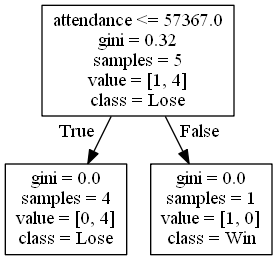
alexana-steck/CSE482Project keeps this Graphviz diagram as DecisionTrees/Pac-12decision_tree_no_score7.png. Above is the earlier version. Its source is kept beside it as DecisionTrees/Pac-12decision_tree_no_score7.dot. Source of this version:
```dot
digraph Tree {
node [shape=box] ;
0 [label="attendance <= 57367.0\ngini = 0.32\nsamples = 5\nvalue = [1, 4]\nclass = Lose"] ;
1 [label="gini = 0.0\nsamples = 4\nvalue = [0, 4]\nclass = Lose"] ;
0 -> 1 [labeldistance=2.5, labelangle=45, headlabel="True"] ;
2 [label="gini = 0.0\nsamples = 1\nvalue = [1, 0]\nclass = Win"] ;
0 -> 2 [labeldistance=2.5, labelangle=-45, headlabel="False"] ;
}
```
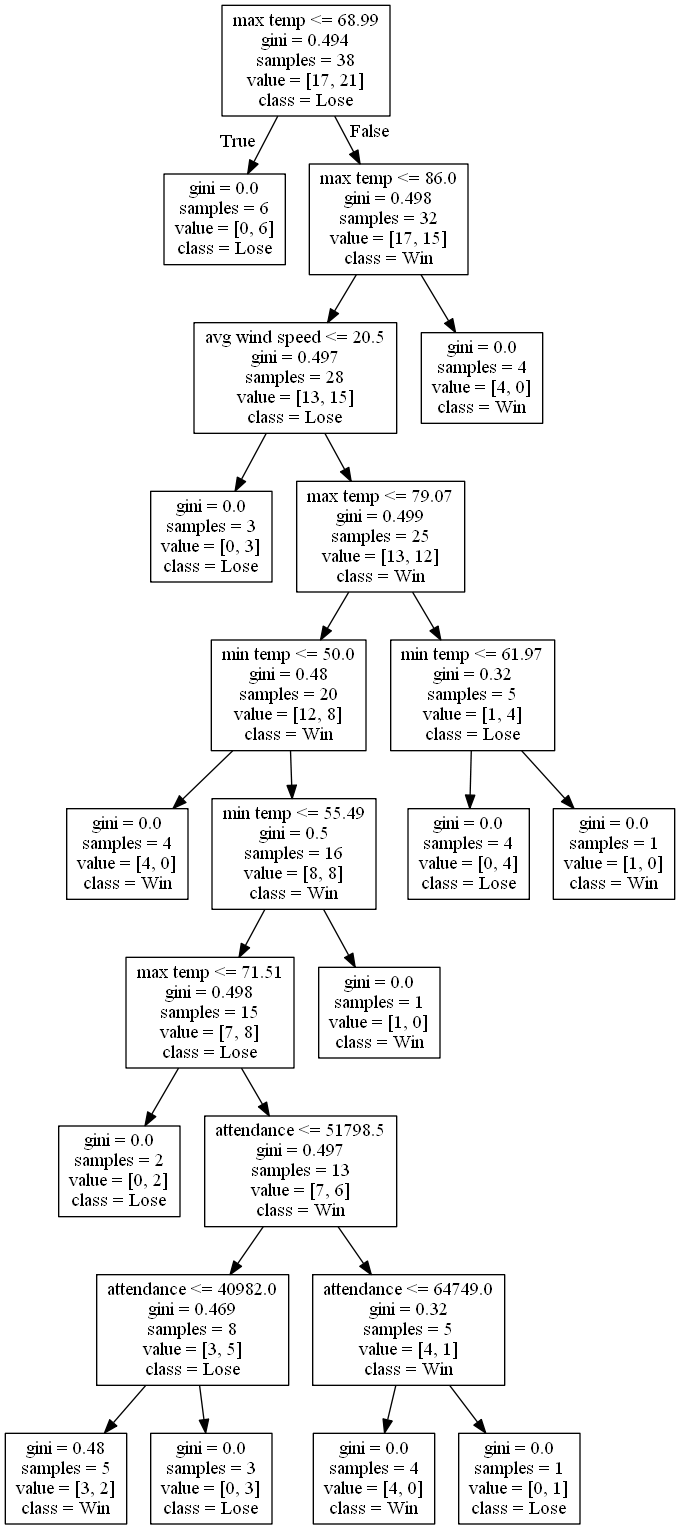
Later version of the same file.

What changed in the source:
```diff
@@ -1,8 +1,48 @@
 digraph Tree {
 node [shape=box] ;
-0 [label="attendance <= 57367.0\ngini = 0.32\nsamples = 5\nvalue = [1, 4]\nclass = Lose"] ;
-1 [label="gini = 0.0\nsamples = 4\nvalue = [0, 4]\nclass = Lose"] ;
+0 [label="max temp <= 68.99\ngini = 0.494\nsamples = 38\nvalue = [17, 21]\nclass = Lose"] ;
+1 [label="gini = 0.0\nsamples = 6\nvalue = [0, 6]\nclass = Lose"] ;
 0 -> 1 [labeldistance=2.5, labelangle=45, headlabel="True"] ;
-2 [label="gini = 0.0\nsamples = 1\nvalue = [1, 0]\nclass = Win"] ;
+2 [label="max temp <= 86.0\ngini = 0.498\nsamples = 32\nvalue = [17, 15]\nclass = Win"] ;
 0 -> 2 [labeldistance=2.5, labelangle=-45, headlabel="False"] ;
+3 [label="avg wind speed <= 20.5\ngini = 0.497\nsamples = 28\nvalue = [13, 15]\nclass = Lose"] ;
+2 -> 3 ;
+4 [label="gini = 0.0\nsamples = 3\nvalue = [0, 3]\nclass = Lose"] ;
+3 -> 4 ;
+5 [label="max temp <= 79.07\ngini = 0.499\nsamples = 25\nvalue = [13, 12]\nclass = Win"] ;
+3 -> 5 ;
+6 [label="min temp <= 50.0\ngini = 0.48\nsamples = 20\nvalue = [12, 8]\nclass = Win"] ;
+5 -> 6 ;
+7 [label="gini = 0.0\nsamples = 4\nvalue = [4, 0]\nclass = Win"] ;
+6 -> 7 ;
+8 [label="min temp <= 55.49\ngini = 0.5\nsamples = 16\nvalue = [8, 8]\nclass = Win"] ;
+6 -> 8 ;
+9 [label="max temp <= 71.51\ngini = 0.498\nsamples = 15\nvalue = [7, 8]\nclass = Lose"] ;
+8 -> 9 ;
+10 [label="gini = 0.0\nsamples = 2\nvalue = [0, 2]\nclass = Lose"] ;
+9 -> 10 ;
+11 [label="attendance <= 51798.5\ngini = 0.497\nsamples = 13\nvalue = [7, 6]\nclass = Win"] ;
+9 -> 11 ;
+12 [label="attendance <= 40982.0\ngini = 0.469\nsamples = 8\nvalue = [3, 5]\nclass = Lose"] ;
+11 -> 12 ;
+13 [label="gini = 0.48\nsamples = 5\nvalue = [3, 2]\nclass = Win"] ;
+12 -> 13 ;
+14 [label="gini = 0.0\nsamples = 3\nvalue = [0, 3]\nclass = Lose"] ;
+12 -> 14 ;
+15 [label="attendance <= 64749.0\ngini = 0.32\nsamples = 5\nvalue = [4, 1]\nclass = Win"] ;
+11 -> 15 ;
+16 [label="gini = 0.0\nsamples = 4\nvalue = [4, 0]\nclass = Win"] ;
+15 -> 16 ;
+17 [label="gini = 0.0\nsamples = 1\nvalue = [0, 1]\nclass = Lose"] ;
+15 -> 17 ;
+18 [label="gini = 0.0\nsamples = 1\nvalue = [1, 0]\nclass = Win"] ;
+8 -> 18 ;
+19 [label="min temp <= 61.97\ngini = 0.32\nsamples = 5\nvalue = [1, 4]\nclass = Lose"] ;
+5 -> 19 ;
+20 [label="gini = 0.0\nsamples = 4\nvalue = [0, 4]\nclass = Lose"] ;
+19 -> 20 ;
+21 [label="gini = 0.0\nsamples = 1\nvalue = [1, 0]\nclass = Win"] ;
+19 -> 21 ;
+22 [label="gini = 0.0\nsamples = 4\nvalue = [4, 0]\nclass = Win"] ;
+2 -> 22 ;
 }
```
